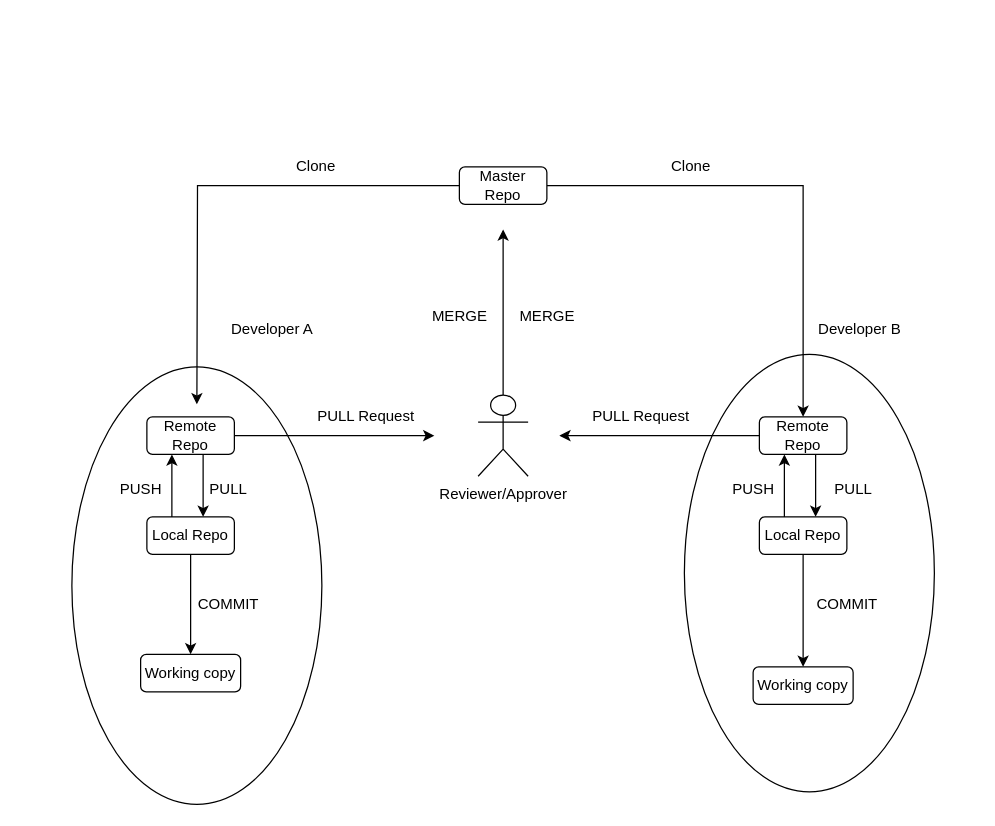
Before: GIT Implementation.drawio in bhaskarvarma/diagrams, a draw.io diagram. Source tidied: cells renumbered, new cells numbered last; positions are measured from the earlier drawing's top-left corner, leaving out a move shared by most shapes. Both pictures are drawn from the tidied source at 125%, with x=0, y=0 at pixel (71, 154).
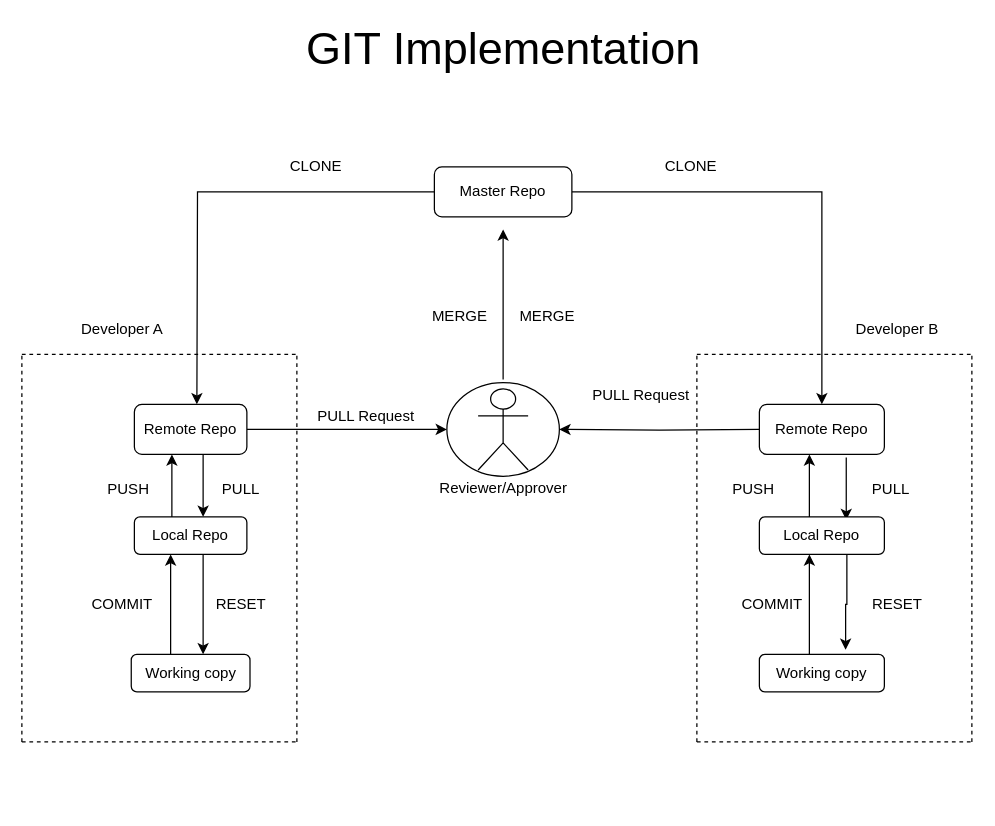
After the change.

Diff of the diagram source:
```diff
@@
-    <mxCell id="2" style="ellipse;whiteSpace=wrap;html=1;" parent="1" vertex="1">
-      <mxGeometry x="490" y="160" width="200" height="350" as="geometry" />
-    </mxCell>
-    <mxCell id="3" style="ellipse;whiteSpace=wrap;html=1;" parent="1" vertex="1">
-      <mxGeometry y="170" width="200" height="350" as="geometry" />
-    </mxCell>
+    <mxCell id="37" style="ellipse;whiteSpace=wrap;html=1;" parent="1" vertex="1">
+      <mxGeometry x="300" y="182.5" width="90" height="75" as="geometry" />
+    </mxCell>
@@
     <mxCell id="6" value="Master Repo" style="rounded=1;whiteSpace=wrap;html=1;" parent="1" vertex="1">
-      <mxGeometry x="310" y="10" width="70" height="30" as="geometry" />
+      <mxGeometry x="290" y="10" width="110" height="40" as="geometry" />
     </mxCell>
@@
     <mxCell id="8" style="edgeStyle=orthogonalEdgeStyle;rounded=0;jettySize=auto;html=1;" parent="1" edge="1" source="9">
       <mxGeometry relative="1" as="geometry">
-        <mxPoint x="290" y="225" as="targetPoint" />
+        <mxPoint x="300" y="220" as="targetPoint" />
+        <Array as="points">
+          <mxPoint x="290" y="220" />
+        </Array>
       </mxGeometry>
     </mxCell>
     <mxCell id="9" value="Remote Repo" style="rounded=1;whiteSpace=wrap;html=1;" parent="1" vertex="1">
-      <mxGeometry x="60" y="210" width="70" height="30" as="geometry" />
+      <mxGeometry x="50" y="200" width="90" height="40" as="geometry" />
     </mxCell>
-    <mxCell id="10" style="edgeStyle=orthogonalEdgeStyle;rounded=0;jettySize=auto;html=1;" parent="1" edge="1" source="11" target="17">
-      <mxGeometry relative="1" as="geometry" />
+    <mxCell id="10" style="edgeStyle=orthogonalEdgeStyle;rounded=0;orthogonalLoop=1;jettySize=auto;html=1;" parent="1" edge="1">
+      <mxGeometry relative="1" as="geometry">
+        <mxPoint x="105" y="320" as="sourcePoint" />
+        <mxPoint x="105" y="400" as="targetPoint" />
+      </mxGeometry>
     </mxCell>
     <mxCell id="11" value="Local Repo" style="rounded=1;whiteSpace=wrap;html=1;" parent="1" vertex="1">
-      <mxGeometry x="60" y="290" width="70" height="30" as="geometry" />
+      <mxGeometry x="50" y="290" width="90" height="30" as="geometry" />
     </mxCell>
-    <mxCell id="12" style="edgeStyle=orthogonalEdgeStyle;rounded=0;jettySize=auto;html=1;" parent="1" edge="1" source="14">
+    <mxCell id="12" style="edgeStyle=orthogonalEdgeStyle;rounded=0;jettySize=auto;html=1;entryX=1;entryY=0.5;entryDx=0;entryDy=0;" parent="1" edge="1" target="37">
       <mxGeometry relative="1" as="geometry">
-        <mxPoint x="390" y="225" as="targetPoint" />
+        <mxPoint x="550" y="220" as="sourcePoint" />
       </mxGeometry>
     </mxCell>
     <mxCell id="13" style="edgeStyle=orthogonalEdgeStyle;rounded=0;orthogonalLoop=1;jettySize=auto;html=1;entryX=0.5;entryY=0;entryDx=0;entryDy=0;" parent="1" edge="1">
       <mxGeometry relative="1" as="geometry">
-        <mxPoint x="595" y="240" as="sourcePoint" />
-        <mxPoint x="595" y="290" as="targetPoint" />
+        <mxPoint x="619.5" y="242.5" as="sourcePoint" />
+        <mxPoint x="619.5" y="292.5" as="targetPoint" />
       </mxGeometry>
     </mxCell>
     <mxCell id="14" value="Remote Repo" style="rounded=1;whiteSpace=wrap;html=1;" parent="1" vertex="1">
-      <mxGeometry x="550" y="210" width="70" height="30" as="geometry" />
+      <mxGeometry x="550" y="200" width="100" height="40" as="geometry" />
     </mxCell>
-    <mxCell id="15" style="edgeStyle=orthogonalEdgeStyle;rounded=0;jettySize=auto;html=1;" parent="1" edge="1" source="16" target="32">
-      <mxGeometry relative="1" as="geometry" />
-    </mxCell>
+    <mxCell id="38" style="edgeStyle=orthogonalEdgeStyle;rounded=0;jettySize=auto;html=1;entryX=0.69;entryY=-0.122;entryDx=0;entryDy=0;entryPerimeter=0;" parent="1" edge="1" target="32">
+      <mxGeometry relative="1" as="geometry">
+        <mxPoint x="620" y="320" as="sourcePoint" />
+        <Array as="points">
+          <mxPoint x="620" y="360" />
+          <mxPoint x="619" y="360" />
+        </Array>
+      </mxGeometry>
+    </mxCell>
     <mxCell id="16" value="Local Repo" style="rounded=1;whiteSpace=wrap;html=1;" parent="1" vertex="1">
-      <mxGeometry x="550" y="290" width="70" height="30" as="geometry" />
+      <mxGeometry x="550" y="290" width="100" height="30" as="geometry" />
     </mxCell>
     <mxCell id="17" value="Working copy" style="rounded=1;whiteSpace=wrap;html=1;" parent="1" vertex="1">
-      <mxGeometry x="55" y="400" width="80" height="30" as="geometry" />
+      <mxGeometry x="47.5" y="400" width="95" height="30" as="geometry" />
     </mxCell>
-    <mxCell id="18" style="edgeStyle=orthogonalEdgeStyle;rounded=0;jettySize=auto;html=1;" parent="1" edge="1" source="19">
+    <mxCell id="18" style="edgeStyle=orthogonalEdgeStyle;rounded=0;orthogonalLoop=1;jettySize=auto;html=1;" parent="1" edge="1">
       <mxGeometry relative="1" as="geometry">
+        <mxPoint x="345" y="180" as="sourcePoint" />
         <mxPoint x="345" y="60" as="targetPoint" />
         <Array as="points">
           <mxPoint x="345" y="80" />
         </Array>
       </mxGeometry>
     </mxCell>
     <mxCell id="19" value="Reviewer/Approver" style="shape=umlActor;verticalLabelPosition=bottom;verticalAlign=top;html=1;outlineConnect=0;" parent="1" vertex="1">
-      <mxGeometry x="325" y="192.5" width="40" height="65" as="geometry" />
+      <mxGeometry x="325" y="187.5" width="40" height="65" as="geometry" />
     </mxCell>
     <mxCell id="20" value="PULL Request" style="text;html=1;align=center;verticalAlign=middle;strokeColor=none;" parent="1" vertex="1">
-      <mxGeometry x="410" y="200" width="90" height="20" as="geometry" />
+      <mxGeometry x="410" y="182.5" width="90" height="20" as="geometry" />
     </mxCell>
     <mxCell id="21" value="Developer B" style="text;html=1;align=center;verticalAlign=middle;strokeColor=none;" parent="1" vertex="1">
-      <mxGeometry x="590" y="130" width="80" height="20" as="geometry" />
+      <mxGeometry x="620" y="130" width="80" height="20" as="geometry" />
     </mxCell>
     <mxCell id="22" value="Developer A" style="text;html=1;align=center;verticalAlign=middle;strokeColor=none;" parent="1" vertex="1">
-      <mxGeometry x="120" y="130" width="80" height="20" as="geometry" />
+      <mxGeometry y="130" width="80" height="20" as="geometry" />
     </mxCell>
-    <mxCell id="23" value="Clone" style="text;html=1;align=center;verticalAlign=middle;strokeColor=none;" parent="1" vertex="1">
-      <mxGeometry x="170" width="50" height="20" as="geometry" />
+    <mxCell id="23" value="CLONE" style="text;html=1;align=center;verticalAlign=middle;strokeColor=none;" parent="1" vertex="1">
+      <mxGeometry x="165" width="60" height="20" as="geometry" />
     </mxCell>
-    <mxCell id="24" value="Clone" style="text;html=1;align=center;verticalAlign=middle;strokeColor=none;" parent="1" vertex="1">
-      <mxGeometry x="470" width="50" height="20" as="geometry" />
+    <mxCell id="24" value="CLONE" style="text;html=1;align=center;verticalAlign=middle;strokeColor=none;" parent="1" vertex="1">
+      <mxGeometry x="465" width="60" height="20" as="geometry" />
     </mxCell>
@@
     <mxCell id="27" value="PULL" style="text;html=1;align=center;verticalAlign=middle;strokeColor=none;" parent="1" vertex="1">
-      <mxGeometry x="100" y="257.5" width="50" height="20" as="geometry" />
+      <mxGeometry x="110" y="257.5" width="50" height="20" as="geometry" />
     </mxCell>
     <mxCell id="28" value="PULL" style="text;html=1;align=center;verticalAlign=middle;strokeColor=none;" parent="1" vertex="1">
-      <mxGeometry x="600" y="257.5" width="50" height="20" as="geometry" />
+      <mxGeometry x="630" y="257.5" width="50" height="20" as="geometry" />
     </mxCell>
     <mxCell id="29" value="PUSH" style="text;html=1;align=center;verticalAlign=middle;strokeColor=none;" parent="1" vertex="1">
-      <mxGeometry x="30" y="257.5" width="50" height="20" as="geometry" />
+      <mxGeometry x="20" y="257.5" width="50" height="20" as="geometry" />
     </mxCell>
@@
     <mxCell id="32" value="Working copy" style="rounded=1;whiteSpace=wrap;html=1;" parent="1" vertex="1">
-      <mxGeometry x="545" y="410" width="80" height="30" as="geometry" />
+      <mxGeometry x="550" y="400" width="100" height="30" as="geometry" />
     </mxCell>
     <mxCell id="33" value="COMMIT" style="text;html=1;align=center;verticalAlign=middle;strokeColor=none;" parent="1" vertex="1">
-      <mxGeometry x="95" y="350" width="60" height="20" as="geometry" />
+      <mxGeometry x="10" y="350" width="60" height="20" as="geometry" />
     </mxCell>
     <mxCell id="34" value="COMMIT" style="text;html=1;align=center;verticalAlign=middle;strokeColor=none;" parent="1" vertex="1">
-      <mxGeometry x="590" y="350" width="60" height="20" as="geometry" />
+      <mxGeometry x="530" y="350" width="60" height="20" as="geometry" />
     </mxCell>
     <mxCell id="35" style="endArrow=classic;html=1;" parent="1" edge="1">
       <mxGeometry relative="1" as="geometry">
-        <mxPoint x="570" y="290" as="sourcePoint" />
-        <mxPoint x="570" y="240" as="targetPoint" />
+        <mxPoint x="590" y="290" as="sourcePoint" />
+        <mxPoint x="590" y="240" as="targetPoint" />
       </mxGeometry>
     </mxCell>
@@
+    <mxCell id="39" style="endArrow=none;dashed=1;html=1;" parent="1" edge="1">
+      <mxGeometry relative="1" as="geometry">
+        <mxPoint x="-40" y="470" as="sourcePoint" />
+        <mxPoint x="-40" y="160" as="targetPoint" />
+      </mxGeometry>
+    </mxCell>
+    <mxCell id="40" style="endArrow=none;dashed=1;html=1;" parent="1" edge="1">
+      <mxGeometry relative="1" as="geometry">
+        <mxPoint x="180" y="470" as="sourcePoint" />
+        <mxPoint x="180" y="160" as="targetPoint" />
+      </mxGeometry>
+    </mxCell>
+    <mxCell id="41" style="endArrow=none;dashed=1;html=1;" parent="1" edge="1">
+      <mxGeometry relative="1" as="geometry">
+        <mxPoint x="500" y="470" as="sourcePoint" />
+        <mxPoint x="500" y="160" as="targetPoint" />
+      </mxGeometry>
+    </mxCell>
+    <mxCell id="42" style="endArrow=none;dashed=1;html=1;" parent="1" edge="1">
+      <mxGeometry relative="1" as="geometry">
+        <mxPoint x="720" y="470" as="sourcePoint" />
+        <mxPoint x="720" y="160" as="targetPoint" />
+      </mxGeometry>
+    </mxCell>
+    <mxCell id="43" style="endArrow=none;dashed=1;html=1;" parent="1" edge="1">
+      <mxGeometry relative="1" as="geometry">
+        <mxPoint x="-40" y="470" as="sourcePoint" />
+        <mxPoint x="180" y="470" as="targetPoint" />
+      </mxGeometry>
+    </mxCell>
+    <mxCell id="44" style="endArrow=none;dashed=1;html=1;" parent="1" edge="1">
+      <mxGeometry relative="1" as="geometry">
+        <mxPoint x="-40" y="160" as="sourcePoint" />
+        <mxPoint x="180" y="160" as="targetPoint" />
+      </mxGeometry>
+    </mxCell>
+    <mxCell id="45" style="endArrow=none;dashed=1;html=1;" parent="1" edge="1">
+      <mxGeometry relative="1" as="geometry">
+        <mxPoint x="500" y="160" as="sourcePoint" />
+        <mxPoint x="720" y="160" as="targetPoint" />
+      </mxGeometry>
+    </mxCell>
+    <mxCell id="46" style="endArrow=none;dashed=1;html=1;" parent="1" edge="1">
+      <mxGeometry relative="1" as="geometry">
+        <mxPoint x="500" y="470" as="sourcePoint" />
+        <mxPoint x="720" y="470" as="targetPoint" />
+      </mxGeometry>
+    </mxCell>
+    <mxCell id="47" style="endArrow=classic;html=1;" parent="1" edge="1">
+      <mxGeometry relative="1" as="geometry">
+        <mxPoint x="79" y="400" as="sourcePoint" />
+        <mxPoint x="79" y="320" as="targetPoint" />
+      </mxGeometry>
+    </mxCell>
+    <mxCell id="48" style="endArrow=classic;html=1;" parent="1" edge="1">
+      <mxGeometry relative="1" as="geometry">
+        <mxPoint x="590" y="400" as="sourcePoint" />
+        <mxPoint x="590" y="320" as="targetPoint" />
+      </mxGeometry>
+    </mxCell>
+    <mxCell id="49" value="RESET" style="text;html=1;align=center;verticalAlign=middle;strokeColor=none;" parent="1" vertex="1">
+      <mxGeometry x="105" y="350" width="60" height="20" as="geometry" />
+    </mxCell>
+    <mxCell id="50" value="RESET" style="text;html=1;align=center;verticalAlign=middle;strokeColor=none;" parent="1" vertex="1">
+      <mxGeometry x="630" y="350" width="60" height="20" as="geometry" />
+    </mxCell>
+    <mxCell id="51" value="&lt;font style=&quot;font-size: 36px&quot;&gt;GIT Implementation&lt;/font&gt;" style="text;html=1;align=center;verticalAlign=middle;strokeColor=none;" parent="1" vertex="1">
+      <mxGeometry x="180" y="-100" width="330" height="30" as="geometry" />
+    </mxCell>
```
